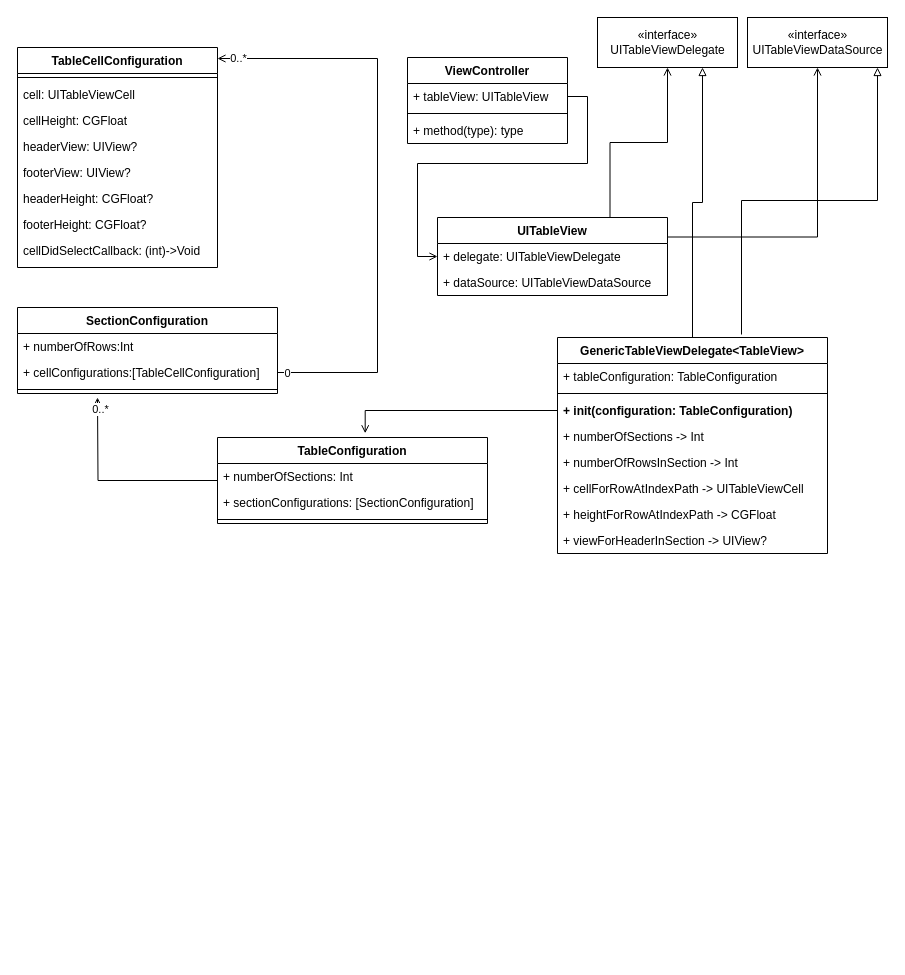
This is page "TableViewConfiguration" (3 of 3) of DesignPatterns.drawio from amit2908/Notes, a draw.io file, before an edit. Source tidied: cells renumbered, new cells numbered last; positions are measured from the earlier drawing's top-left corner, leaving out a move shared by most shapes. Both pictures are drawn from the tidied source at 100%, with x=0, y=0 at pixel (17, 17).
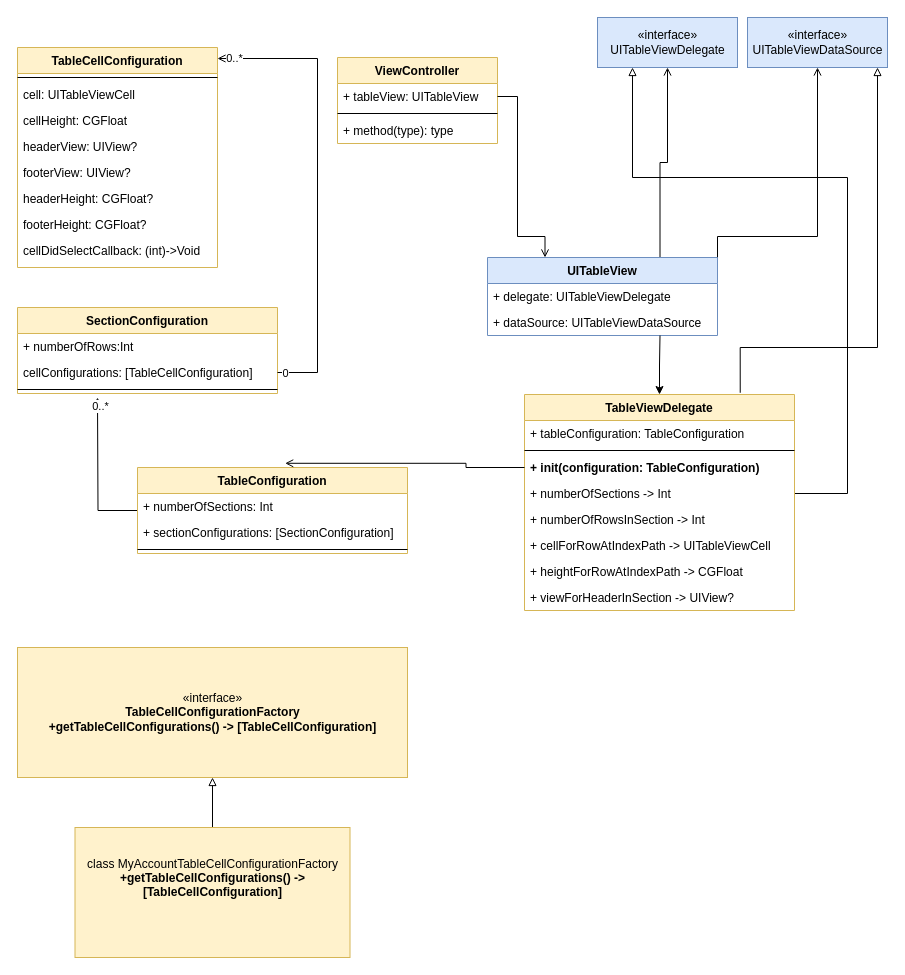
The same diagram, later.

Unchanged cells that the change refers to:
```xml
<mxCell id="19" value="+ tableView: UITableView" style="text;strokeColor=none;fillColor=none;align=left;verticalAlign=top;spacingLeft=4;spacingRight=4;overflow=hidden;points=[[0,0.5],[1,0.5]];portConstraint=eastwest;" parent="18" vertex="1">
  <mxGeometry y="26" width="160" height="26" as="geometry" />
</mxCell>
<mxCell id="27" value="+ numberOfSections -&gt; Int" style="text;strokeColor=none;fillColor=none;align=left;verticalAlign=top;spacingLeft=4;spacingRight=4;overflow=hidden;points=[[0,0.5],[1,0.5]];portConstraint=eastwest;" parent="23" vertex="1">
  <mxGeometry y="86" width="270" height="26" as="geometry" />
</mxCell>
```

The edit, as a diff of the source:
```diff
@@
-    <mxCell id="2" value="TableCellConfiguration" style="swimlane;fontStyle=1;align=center;verticalAlign=top;horizontal=1;startSize=26;" parent="1" vertex="1">
+    <mxCell id="2" value="TableCellConfiguration" style="swimlane;fontStyle=1;align=center;verticalAlign=top;horizontal=1;startSize=26;fillColor=#fff2cc;strokeColor=#d6b656;" parent="1" vertex="1">
       <mxGeometry y="30" width="200" height="220" as="geometry" />
     </mxCell>
@@
-    <mxCell id="11" value="SectionConfiguration" style="swimlane;fontStyle=1;align=center;verticalAlign=top;horizontal=1;startSize=26;" parent="1" vertex="1">
+    <mxCell id="11" value="SectionConfiguration" style="swimlane;fontStyle=1;align=center;verticalAlign=top;horizontal=1;startSize=26;fillColor=#fff2cc;strokeColor=#d6b656;" parent="1" vertex="1">
       <mxGeometry y="290" width="260" height="86" as="geometry" />
     </mxCell>
@@
-    <mxCell id="13" value="+ cellConfigurations:[TableCellConfiguration]" style="text;strokeColor=none;fillColor=none;align=left;verticalAlign=top;spacingLeft=4;spacingRight=4;overflow=hidden;points=[[0,0.5],[1,0.5]];portConstraint=eastwest;" parent="11" vertex="1">
+    <mxCell id="13" value="cellConfigurations: [TableCellConfiguration]" style="text;strokeColor=none;fillColor=none;align=left;verticalAlign=top;spacingLeft=4;spacingRight=4;overflow=hidden;points=[[0,0.5],[1,0.5]];portConstraint=eastwest;" parent="11" vertex="1">
       <mxGeometry y="52" width="260" height="26" as="geometry" />
     </mxCell>
@@
     <mxCell id="15" style="edgeStyle=orthogonalEdgeStyle;rounded=0;jettySize=auto;html=1;endArrow=open;endFill=0;" parent="1" edge="1" source="13">
       <mxGeometry relative="1" as="geometry">
         <mxPoint x="200" y="41" as="targetPoint" />
         <Array as="points">
-          <mxPoint x="360" y="355" />
-          <mxPoint x="360" y="41" />
+          <mxPoint x="300" y="355" />
+          <mxPoint x="300" y="41" />
         </Array>
       </mxGeometry>
     </mxCell>
@@
-    <mxCell id="18" value="ViewController" style="swimlane;fontStyle=1;align=center;verticalAlign=top;horizontal=1;startSize=26;" parent="1" vertex="1">
-      <mxGeometry x="390" y="40" width="160" height="86" as="geometry" />
+    <mxCell id="18" value="ViewController" style="swimlane;fontStyle=1;align=center;verticalAlign=top;horizontal=1;startSize=26;fillColor=#fff2cc;strokeColor=#d6b656;" parent="1" vertex="1">
+      <mxGeometry x="320" y="40" width="160" height="86" as="geometry" />
     </mxCell>
@@
-    <mxCell id="22" style="edgeStyle=orthogonalEdgeStyle;rounded=0;jettySize=auto;html=1;startArrow=none;startFill=0;endArrow=block;endFill=0;entryX=0.75;entryY=1;entryDx=0;entryDy=0;" parent="1" edge="1" source="23" target="44">
-      <mxGeometry relative="1" as="geometry" />
+    <mxCell id="22" style="edgeStyle=orthogonalEdgeStyle;rounded=0;jettySize=auto;html=1;startArrow=none;startFill=0;endArrow=block;endFill=0;entryX=0.25;entryY=1;entryDx=0;entryDy=0;exitX=1;exitY=0.5;exitDx=0;exitDy=0;" parent="1" edge="1" source="27" target="44">
+      <mxGeometry relative="1" as="geometry">
+        <Array as="points">
+          <mxPoint x="830" y="476" />
+          <mxPoint x="830" y="160" />
+          <mxPoint x="615" y="160" />
+        </Array>
+      </mxGeometry>
     </mxCell>
-    <mxCell id="23" value="GenericTableViewDelegate&lt;TableView&gt;" style="swimlane;fontStyle=1;align=center;verticalAlign=top;horizontal=1;startSize=26;" parent="1" vertex="1">
-      <mxGeometry x="540" y="320" width="270" height="216" as="geometry" />
+    <mxCell id="23" value="TableViewDelegate" style="swimlane;fontStyle=1;align=center;verticalAlign=top;horizontal=1;startSize=26;fillColor=#fff2cc;strokeColor=#d6b656;" parent="1" vertex="1">
+      <mxGeometry x="507" y="377" width="270" height="216" as="geometry" />
     </mxCell>
@@
-    <mxCell id="34" value="TableConfiguration" style="swimlane;fontStyle=1;align=center;verticalAlign=top;horizontal=1;startSize=26;" parent="1" vertex="1">
-      <mxGeometry x="200" y="420" width="270" height="86" as="geometry" />
+    <mxCell id="34" value="TableConfiguration" style="swimlane;fontStyle=1;align=center;verticalAlign=top;horizontal=1;startSize=26;fillColor=#fff2cc;strokeColor=#d6b656;" parent="1" vertex="1">
+      <mxGeometry x="120" y="450" width="270" height="86" as="geometry" />
     </mxCell>
@@
-    <mxCell id="39" value="UITableView" style="swimlane;fontStyle=1;align=center;verticalAlign=top;horizontal=1;startSize=26;" parent="1" vertex="1">
-      <mxGeometry x="420" y="200" width="230" height="78" as="geometry" />
-    </mxCell>
-    <mxCell id="40" value="+ delegate: UITableViewDelegate" style="text;strokeColor=none;fillColor=none;align=left;verticalAlign=top;spacingLeft=4;spacingRight=4;overflow=hidden;" parent="39" vertex="1">
-      <mxGeometry y="26" width="230" height="26" as="geometry" />
-    </mxCell>
-    <mxCell id="41" value="+ dataSource: UITableViewDataSource" style="text;strokeColor=none;fillColor=none;align=left;verticalAlign=top;spacingLeft=4;spacingRight=4;overflow=hidden;" parent="39" vertex="1">
-      <mxGeometry y="52" width="230" height="26" as="geometry" />
-    </mxCell>
-    <mxCell id="42" style="edgeStyle=orthogonalEdgeStyle;rounded=0;jettySize=auto;html=1;entryX=0;entryY=0.5;entryDx=0;entryDy=0;endArrow=open;endFill=0;" parent="1" edge="1" source="19" target="39">
-      <mxGeometry relative="1" as="geometry" />
+    <mxCell id="42" style="edgeStyle=orthogonalEdgeStyle;rounded=0;jettySize=auto;html=1;entryX=0.25;entryY=0;entryDx=0;entryDy=0;endArrow=open;endFill=0;" parent="1" edge="1" source="19" target="39">
+      <mxGeometry relative="1" as="geometry">
+        <Array as="points">
+          <mxPoint x="500" y="79" />
+          <mxPoint x="500" y="219" />
+          <mxPoint x="528" y="219" />
+        </Array>
+      </mxGeometry>
     </mxCell>
@@
-    <mxCell id="44" value="«interface»&lt;br&gt;&lt;span style=&quot;text-align: left&quot;&gt;UITableViewDelegate&lt;/span&gt;" style="html=1;" parent="1" vertex="1">
+    <mxCell id="44" value="«interface»&lt;br&gt;&lt;span style=&quot;text-align: left&quot;&gt;UITableViewDelegate&lt;/span&gt;" style="html=1;fillColor=#dae8fc;strokeColor=#6c8ebf;" parent="1" vertex="1">
       <mxGeometry x="580" width="140" height="50" as="geometry" />
     </mxCell>
@@
-    <mxCell id="46" style="edgeStyle=orthogonalEdgeStyle;rounded=0;jettySize=auto;html=1;startArrow=block;startFill=0;endArrow=none;endFill=0;" parent="1" edge="1" source="47">
+    <mxCell id="46" style="edgeStyle=orthogonalEdgeStyle;rounded=0;jettySize=auto;html=1;startArrow=block;startFill=0;endArrow=none;endFill=0;entryX=0.799;entryY=-0.008;entryDx=0;entryDy=0;entryPerimeter=0;" parent="1" edge="1" source="47" target="23">
       <mxGeometry relative="1" as="geometry">
-        <mxPoint x="724" y="317" as="targetPoint" />
         <Array as="points">
-          <mxPoint x="860" y="183" />
-          <mxPoint x="724" y="183" />
+          <mxPoint x="860" y="330" />
+          <mxPoint x="723" y="330" />
         </Array>
       </mxGeometry>
     </mxCell>
-    <mxCell id="47" value="«interface»&lt;br&gt;&lt;span style=&quot;text-align: left&quot;&gt;UITableViewDataSource&lt;/span&gt;" style="html=1;" parent="1" vertex="1">
+    <mxCell id="47" value="«interface»&lt;br&gt;&lt;span style=&quot;text-align: left&quot;&gt;UITableViewDataSource&lt;/span&gt;" style="html=1;fillColor=#dae8fc;strokeColor=#6c8ebf;" parent="1" vertex="1">
       <mxGeometry x="730" width="140" height="50" as="geometry" />
     </mxCell>
+    <mxCell id="48" style="edgeStyle=orthogonalEdgeStyle;rounded=0;jettySize=auto;html=1;startArrow=block;startFill=0;endArrow=none;endFill=0;" parent="1" edge="1" source="49" target="50">
+      <mxGeometry relative="1" as="geometry" />
+    </mxCell>
+    <mxCell id="49" value="«interface»&lt;br&gt;&lt;b&gt;TableCellConfigurationFactory&lt;br&gt;+getTableCellConfigurations() -&amp;gt; [TableCellConfiguration]&lt;br&gt;&lt;/b&gt;" style="html=1;fillColor=#fff2cc;strokeColor=#d6b656;" parent="1" vertex="1">
+      <mxGeometry y="630" width="390" height="130" as="geometry" />
+    </mxCell>
+    <mxCell id="50" value="class MyAccountTableCellConfigurationFactory&lt;br&gt;&lt;b&gt;+getTableCellConfigurations() -&amp;gt; [TableCellConfiguration]&lt;br&gt;&lt;br&gt;&lt;br&gt;&lt;/b&gt;" style="whiteSpace=wrap;html=1;fillColor=#fff2cc;strokeColor=#d6b656;" parent="1" vertex="1">
+      <mxGeometry x="57.5" y="810" width="275" height="130" as="geometry" />
+    </mxCell>
+    <mxCell id="39" value="UITableView" style="swimlane;fontStyle=1;align=center;verticalAlign=top;horizontal=1;startSize=26;fillColor=#dae8fc;strokeColor=#6c8ebf;" parent="1" vertex="1">
+      <mxGeometry x="470" y="240" width="230" height="78" as="geometry" />
+    </mxCell>
+    <mxCell id="40" value="+ delegate: UITableViewDelegate" style="text;strokeColor=none;fillColor=none;align=left;verticalAlign=top;spacingLeft=4;spacingRight=4;overflow=hidden;" parent="39" vertex="1">
+      <mxGeometry y="26" width="230" height="26" as="geometry" />
+    </mxCell>
+    <mxCell id="41" value="+ dataSource: UITableViewDataSource" style="text;strokeColor=none;fillColor=none;align=left;verticalAlign=top;spacingLeft=4;spacingRight=4;overflow=hidden;" parent="39" vertex="1">
+      <mxGeometry y="52" width="230" height="26" as="geometry" />
+    </mxCell>
+    <mxCell id="51" style="edgeStyle=orthogonalEdgeStyle;rounded=0;jettySize=auto;html=1;startArrow=classic;startFill=1;endArrow=none;endFill=0;entryX=0.75;entryY=1;entryDx=0;entryDy=0;" parent="1" edge="1" source="23" target="39">
+      <mxGeometry relative="1" as="geometry" />
+    </mxCell>
```
